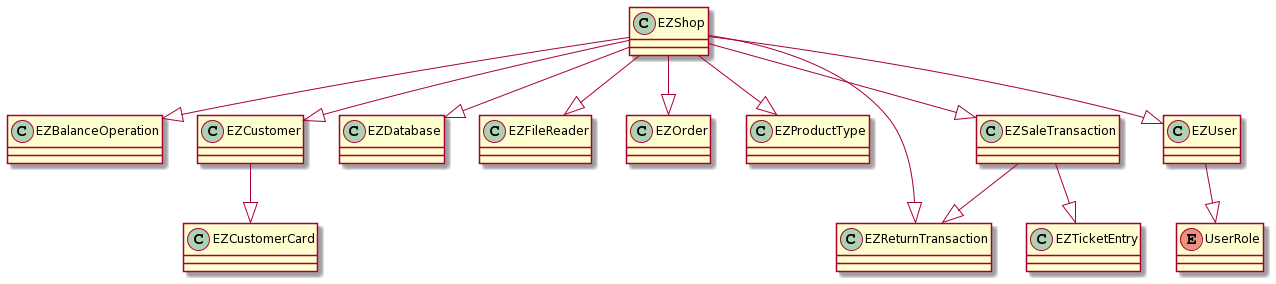
Above: Deliverables/TestingPNGs/dependencyGraph.png in giuliadascenzi/ezshop_SEproject (PlantUML), before the change. Source of this version:
```plantuml
@startuml
Class EZShop
Class EZBalanceOperation
Class EZCustomer
Class EZCustomerCard
Class EZDatabase
Class EZFileReader
Class EZOrder
Class EZProductType
Class EZReturnTransaction
Class EZSaleTransaction
Class EZTicketEntry
Class EZUser
enum UserRole

EZShop --|> EZUser
EZShop --|> EZCustomer
EZShop --|> EZBalanceOperation
EZShop --|> EZSaleTransaction
EZShop --|> EZReturnTransaction
EZShop --|> EZOrder
EZShop --|> EZProductType
EZShop --|> EZDatabase
EZCustomer --|> EZCustomerCard
EZUser --|> UserRole
EZSaleTransaction --|> EZReturnTransaction
EZSaleTransaction --|> EZTicketEntry
EZShop --|> EZFileReader
@enduml
```
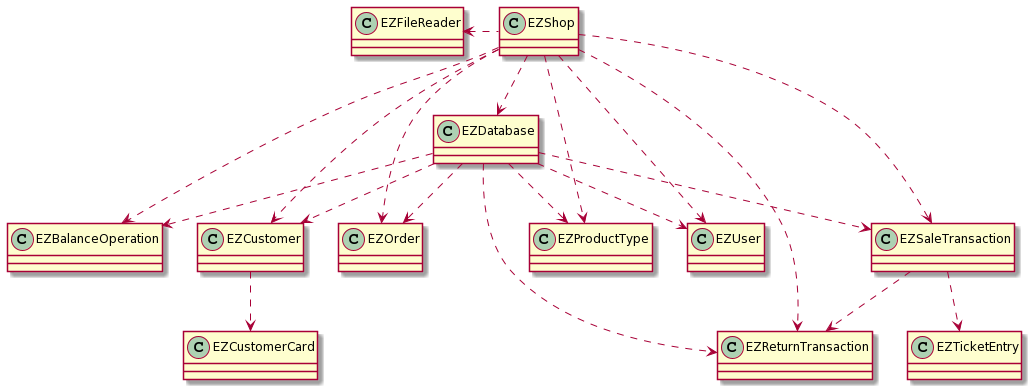
Later version of the same file.

Diff of the diagram source:
```diff
@@ -11,19 +11,27 @@
 Class EZSaleTransaction
 Class EZTicketEntry
 Class EZUser
-enum UserRole
 
-EZShop --|> EZUser
-EZShop --|> EZCustomer
-EZShop --|> EZBalanceOperation
-EZShop --|> EZSaleTransaction
-EZShop --|> EZReturnTransaction
-EZShop --|> EZOrder
-EZShop --|> EZProductType
-EZShop --|> EZDatabase
-EZCustomer --|> EZCustomerCard
-EZUser --|> UserRole
-EZSaleTransaction --|> EZReturnTransaction
-EZSaleTransaction --|> EZTicketEntry
-EZShop --|> EZFileReader
+
+EZDatabase ..> EZUser
+EZDatabase ..> EZCustomer
+EZDatabase ..> EZBalanceOperation
+EZDatabase ..> EZSaleTransaction
+EZDatabase ..> EZReturnTransaction
+EZDatabase ..> EZOrder
+EZDatabase ..> EZProductType
+
+EZShop ..> EZUser
+EZShop ..> EZCustomer
+EZShop ..> EZBalanceOperation
+EZShop ..> EZSaleTransaction
+EZShop ..> EZReturnTransaction
+EZShop ..> EZOrder
+EZShop ..> EZProductType
+EZShop ..> EZDatabase
+EZCustomer ..> EZCustomerCard
+
+EZSaleTransaction ..> EZReturnTransaction
+EZSaleTransaction ..> EZTicketEntry
+EZShop -left-..> EZFileReader
 @enduml
```
